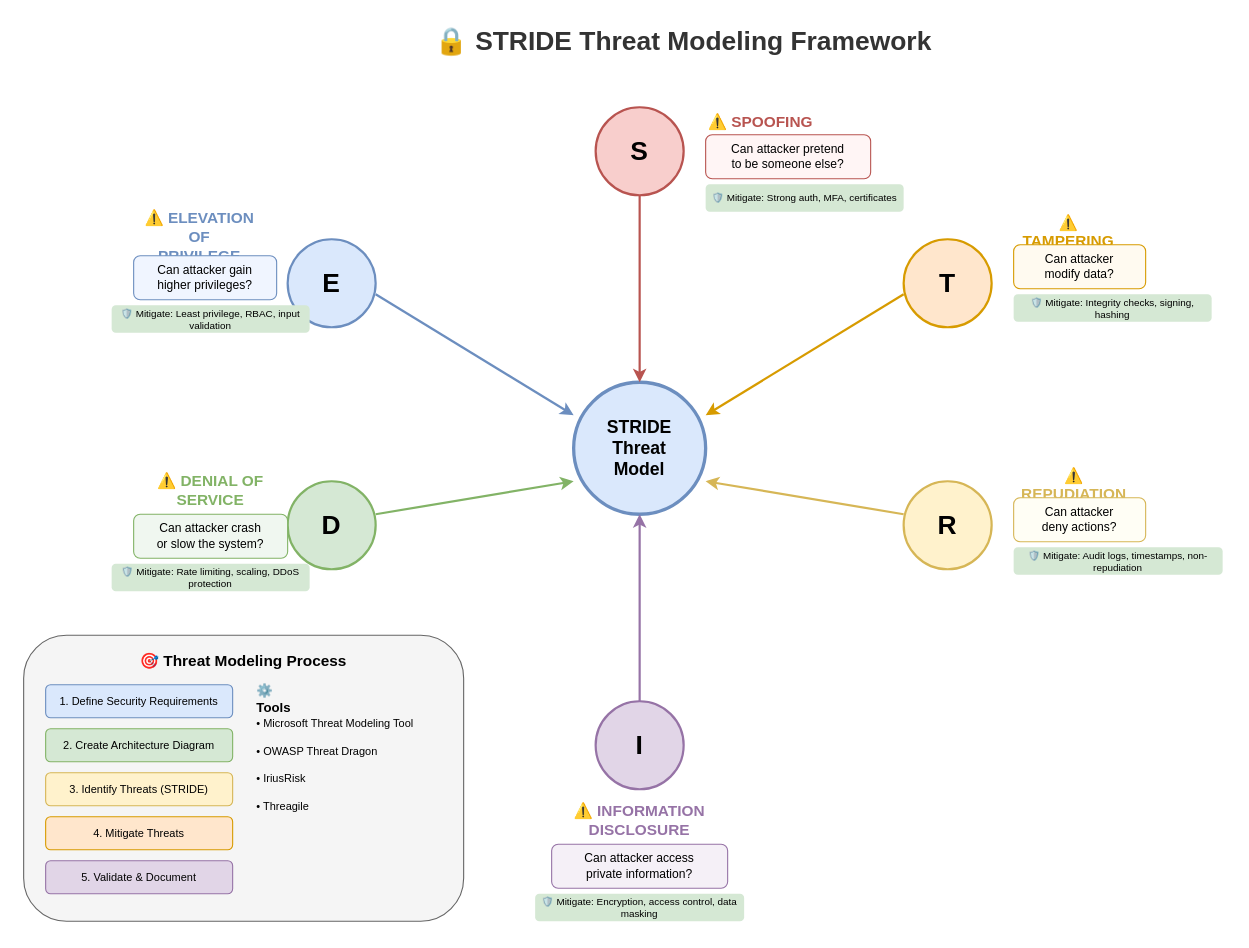
Before: lesson-06-security/01-application-security/1.2-stride-threat-model.drawio in MrParkerZ7/document-lesson-software-architect-x-claude, a draw.io diagram. Source tidied: cells renumbered, new cells numbered last; positions are measured from the earlier drawing's top-left corner, leaving out a move shared by most shapes. Both pictures are drawn from the tidied source at 110%, with x=0, y=0 at pixel (23, 19).
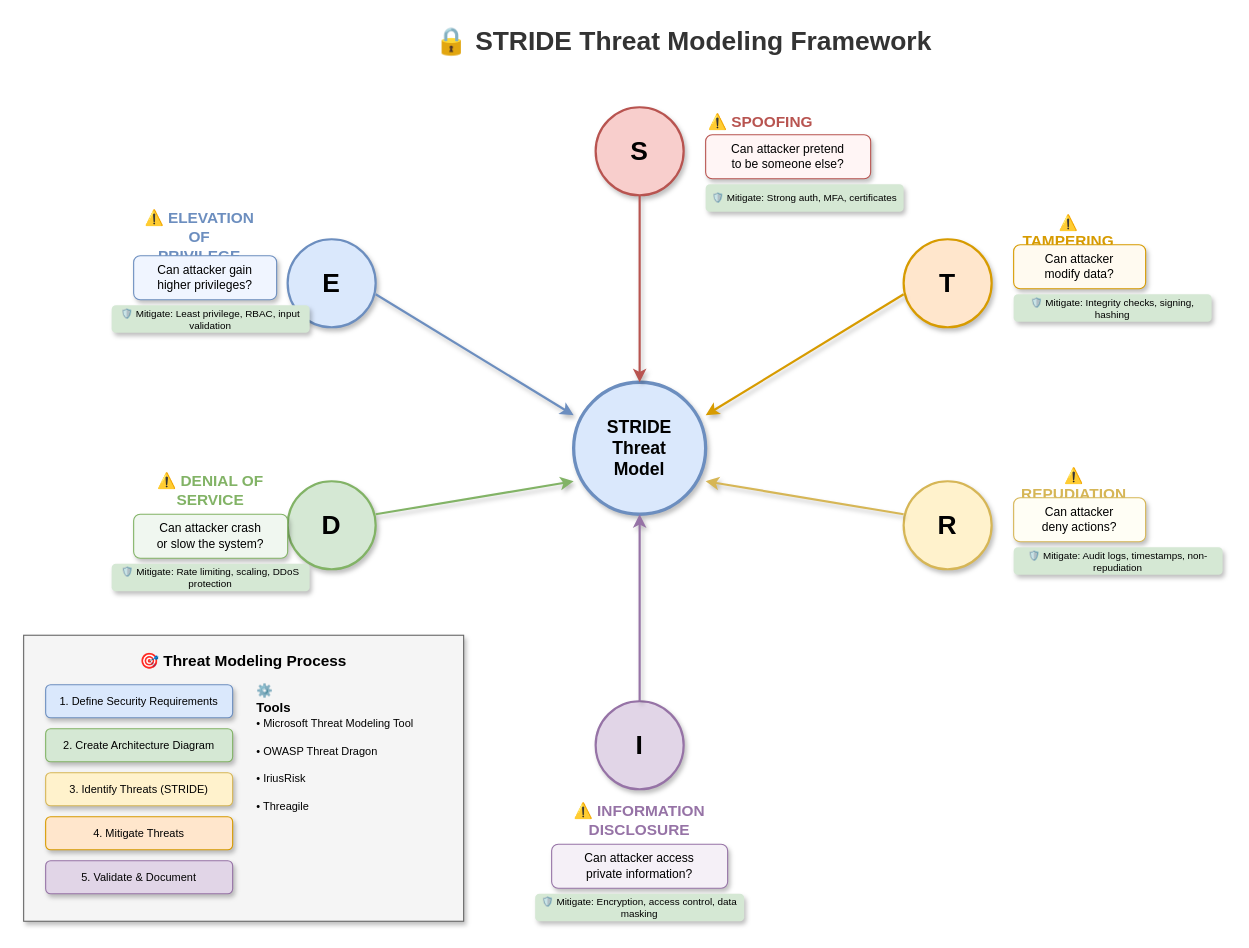
Above is the later version.

Change to the diagram source:
```diff
@@
-    <mxCell id="3" value="STRIDE&#10;Threat&#10;Model" style="ellipse;whiteSpace=wrap;html=1;fillColor=#dae8fc;strokeColor=#6c8ebf;strokeWidth=3;fontSize=16;fontStyle=1;" parent="1" vertex="1">
+    <mxCell id="3" value="STRIDE&#10;Threat&#10;Model" style="ellipse;whiteSpace=wrap;html=1;fillColor=#dae8fc;strokeColor=#6c8ebf;strokeWidth=3;fontSize=16;fontStyle=1;shadow=1;" parent="1" vertex="1">
       <mxGeometry x="500" y="330" width="120" height="120" as="geometry" />
     </mxCell>
-    <mxCell id="4" value="S" style="ellipse;whiteSpace=wrap;html=1;fillColor=#f8cecc;strokeColor=#b85450;strokeWidth=2;fontSize=24;fontStyle=1;" parent="1" vertex="1">
+    <mxCell id="4" value="S" style="ellipse;whiteSpace=wrap;html=1;fillColor=#f8cecc;strokeColor=#b85450;strokeWidth=2;fontSize=24;fontStyle=1;shadow=1;" parent="1" vertex="1">
       <mxGeometry x="520" y="80" width="80" height="80" as="geometry" />
     </mxCell>
@@
-    <mxCell id="6" value="Can attacker pretend&#10;to be someone else?" style="text;html=1;strokeColor=#b85450;fillColor=#fff5f5;align=center;verticalAlign=middle;whiteSpace=wrap;rounded=1;fontSize=11;" parent="1" vertex="1">
+    <mxCell id="6" value="Can attacker pretend&#10;to be someone else?" style="text;html=1;strokeColor=#b85450;fillColor=#fff5f5;align=center;verticalAlign=middle;whiteSpace=wrap;rounded=1;fontSize=11;shadow=1;" parent="1" vertex="1">
       <mxGeometry x="620" y="105" width="150" height="40" as="geometry" />
     </mxCell>
-    <mxCell id="7" value="🛡️ Mitigate: Strong auth, MFA, certificates" style="text;html=1;strokeColor=none;fillColor=#d5e8d4;align=center;verticalAlign=middle;whiteSpace=wrap;rounded=1;fontSize=9;" parent="1" vertex="1">
+    <mxCell id="7" value="🛡️ Mitigate: Strong auth, MFA, certificates" style="text;html=1;strokeColor=none;fillColor=#d5e8d4;align=center;verticalAlign=middle;whiteSpace=wrap;rounded=1;fontSize=9;shadow=1;" parent="1" vertex="1">
       <mxGeometry x="620" y="150" width="180" height="25" as="geometry" />
     </mxCell>
-    <mxCell id="8" style="endArrow=classic;html=1;strokeWidth=2;strokeColor=#b85450;" parent="1" edge="1">
+    <mxCell id="8" style="endArrow=classic;html=1;strokeWidth=2;strokeColor=#b85450;curved=1;shadow=1;flowAnimation=1;jumpStyle=arc;" parent="1" edge="1">
       <mxGeometry relative="1" as="geometry">
         <mxPoint x="560" y="160" as="sourcePoint" />
         <mxPoint x="560" y="330" as="targetPoint" />
       </mxGeometry>
     </mxCell>
-    <mxCell id="9" value="T" style="ellipse;whiteSpace=wrap;html=1;fillColor=#ffe6cc;strokeColor=#d79b00;strokeWidth=2;fontSize=24;fontStyle=1;" parent="1" vertex="1">
+    <mxCell id="9" value="T" style="ellipse;whiteSpace=wrap;html=1;fillColor=#ffe6cc;strokeColor=#d79b00;strokeWidth=2;fontSize=24;fontStyle=1;shadow=1;" parent="1" vertex="1">
       <mxGeometry x="800" y="200" width="80" height="80" as="geometry" />
     </mxCell>
@@
-    <mxCell id="11" value="Can attacker&#10;modify data?" style="text;html=1;strokeColor=#d79b00;fillColor=#fffaf0;align=center;verticalAlign=middle;whiteSpace=wrap;rounded=1;fontSize=11;" parent="1" vertex="1">
+    <mxCell id="11" value="Can attacker&#10;modify data?" style="text;html=1;strokeColor=#d79b00;fillColor=#fffaf0;align=center;verticalAlign=middle;whiteSpace=wrap;rounded=1;fontSize=11;shadow=1;" parent="1" vertex="1">
       <mxGeometry x="900" y="205" width="120" height="40" as="geometry" />
     </mxCell>
-    <mxCell id="12" value="🛡️ Mitigate: Integrity checks, signing, hashing" style="text;html=1;strokeColor=none;fillColor=#d5e8d4;align=center;verticalAlign=middle;whiteSpace=wrap;rounded=1;fontSize=9;" parent="1" vertex="1">
+    <mxCell id="12" value="🛡️ Mitigate: Integrity checks, signing, hashing" style="text;html=1;strokeColor=none;fillColor=#d5e8d4;align=center;verticalAlign=middle;whiteSpace=wrap;rounded=1;fontSize=9;shadow=1;" parent="1" vertex="1">
       <mxGeometry x="900" y="250" width="180" height="25" as="geometry" />
     </mxCell>
-    <mxCell id="13" style="endArrow=classic;html=1;strokeWidth=2;strokeColor=#d79b00;" parent="1" edge="1">
+    <mxCell id="13" style="endArrow=classic;html=1;strokeWidth=2;strokeColor=#d79b00;curved=1;shadow=1;flowAnimation=1;jumpStyle=arc;" parent="1" edge="1">
       <mxGeometry relative="1" as="geometry">
         <mxPoint x="800" y="250" as="sourcePoint" />
         <mxPoint x="620" y="360" as="targetPoint" />
       </mxGeometry>
     </mxCell>
-    <mxCell id="14" value="R" style="ellipse;whiteSpace=wrap;html=1;fillColor=#fff2cc;strokeColor=#d6b656;strokeWidth=2;fontSize=24;fontStyle=1;" parent="1" vertex="1">
+    <mxCell id="14" value="R" style="ellipse;whiteSpace=wrap;html=1;fillColor=#fff2cc;strokeColor=#d6b656;strokeWidth=2;fontSize=24;fontStyle=1;shadow=1;" parent="1" vertex="1">
       <mxGeometry x="800" y="420" width="80" height="80" as="geometry" />
     </mxCell>
@@
-    <mxCell id="16" value="Can attacker&#10;deny actions?" style="text;html=1;strokeColor=#d6b656;fillColor=#fffef5;align=center;verticalAlign=middle;whiteSpace=wrap;rounded=1;fontSize=11;" parent="1" vertex="1">
+    <mxCell id="16" value="Can attacker&#10;deny actions?" style="text;html=1;strokeColor=#d6b656;fillColor=#fffef5;align=center;verticalAlign=middle;whiteSpace=wrap;rounded=1;fontSize=11;shadow=1;" parent="1" vertex="1">
       <mxGeometry x="900" y="435" width="120" height="40" as="geometry" />
     </mxCell>
-    <mxCell id="17" value="🛡️ Mitigate: Audit logs, timestamps, non-repudiation" style="text;html=1;strokeColor=none;fillColor=#d5e8d4;align=center;verticalAlign=middle;whiteSpace=wrap;rounded=1;fontSize=9;" parent="1" vertex="1">
+    <mxCell id="17" value="🛡️ Mitigate: Audit logs, timestamps, non-repudiation" style="text;html=1;strokeColor=none;fillColor=#d5e8d4;align=center;verticalAlign=middle;whiteSpace=wrap;rounded=1;fontSize=9;shadow=1;" parent="1" vertex="1">
       <mxGeometry x="900" y="480" width="190" height="25" as="geometry" />
     </mxCell>
-    <mxCell id="18" style="endArrow=classic;html=1;strokeWidth=2;strokeColor=#d6b656;" parent="1" edge="1">
+    <mxCell id="18" style="endArrow=classic;html=1;strokeWidth=2;strokeColor=#d6b656;curved=1;shadow=1;flowAnimation=1;jumpStyle=arc;" parent="1" edge="1">
       <mxGeometry relative="1" as="geometry">
         <mxPoint x="800" y="450" as="sourcePoint" />
         <mxPoint x="620" y="420" as="targetPoint" />
       </mxGeometry>
     </mxCell>
-    <mxCell id="19" value="I" style="ellipse;whiteSpace=wrap;html=1;fillColor=#e1d5e7;strokeColor=#9673a6;strokeWidth=2;fontSize=24;fontStyle=1;" parent="1" vertex="1">
+    <mxCell id="19" value="I" style="ellipse;whiteSpace=wrap;html=1;fillColor=#e1d5e7;strokeColor=#9673a6;strokeWidth=2;fontSize=24;fontStyle=1;shadow=1;" parent="1" vertex="1">
       <mxGeometry x="520" y="620" width="80" height="80" as="geometry" />
     </mxCell>
@@
-    <mxCell id="21" value="Can attacker access&#10;private information?" style="text;html=1;strokeColor=#9673a6;fillColor=#f5f0f7;align=center;verticalAlign=middle;whiteSpace=wrap;rounded=1;fontSize=11;" parent="1" vertex="1">
+    <mxCell id="21" value="Can attacker access&#10;private information?" style="text;html=1;strokeColor=#9673a6;fillColor=#f5f0f7;align=center;verticalAlign=middle;whiteSpace=wrap;rounded=1;fontSize=11;shadow=1;" parent="1" vertex="1">
       <mxGeometry x="480" y="750" width="160" height="40" as="geometry" />
     </mxCell>
-    <mxCell id="22" value="🛡️ Mitigate: Encryption, access control, data masking" style="text;html=1;strokeColor=none;fillColor=#d5e8d4;align=center;verticalAlign=middle;whiteSpace=wrap;rounded=1;fontSize=9;" parent="1" vertex="1">
+    <mxCell id="22" value="🛡️ Mitigate: Encryption, access control, data masking" style="text;html=1;strokeColor=none;fillColor=#d5e8d4;align=center;verticalAlign=middle;whiteSpace=wrap;rounded=1;fontSize=9;shadow=1;" parent="1" vertex="1">
       <mxGeometry x="465" y="795" width="190" height="25" as="geometry" />
     </mxCell>
-    <mxCell id="23" style="endArrow=classic;html=1;strokeWidth=2;strokeColor=#9673a6;" parent="1" edge="1">
+    <mxCell id="23" style="endArrow=classic;html=1;strokeWidth=2;strokeColor=#9673a6;curved=1;shadow=1;flowAnimation=1;jumpStyle=arc;" parent="1" edge="1">
       <mxGeometry relative="1" as="geometry">
         <mxPoint x="560" y="620" as="sourcePoint" />
         <mxPoint x="560" y="450" as="targetPoint" />
       </mxGeometry>
     </mxCell>
-    <mxCell id="24" value="D" style="ellipse;whiteSpace=wrap;html=1;fillColor=#d5e8d4;strokeColor=#82b366;strokeWidth=2;fontSize=24;fontStyle=1;" parent="1" vertex="1">
+    <mxCell id="24" value="D" style="ellipse;whiteSpace=wrap;html=1;fillColor=#d5e8d4;strokeColor=#82b366;strokeWidth=2;fontSize=24;fontStyle=1;shadow=1;" parent="1" vertex="1">
       <mxGeometry x="240" y="420" width="80" height="80" as="geometry" />
     </mxCell>
@@
-    <mxCell id="26" value="Can attacker crash&#10;or slow the system?" style="text;html=1;strokeColor=#82b366;fillColor=#f0f7f0;align=center;verticalAlign=middle;whiteSpace=wrap;rounded=1;fontSize=11;" parent="1" vertex="1">
+    <mxCell id="26" value="Can attacker crash&#10;or slow the system?" style="text;html=1;strokeColor=#82b366;fillColor=#f0f7f0;align=center;verticalAlign=middle;whiteSpace=wrap;rounded=1;fontSize=11;shadow=1;" parent="1" vertex="1">
       <mxGeometry x="100" y="450" width="140" height="40" as="geometry" />
     </mxCell>
-    <mxCell id="27" value="🛡️ Mitigate: Rate limiting, scaling, DDoS protection" style="text;html=1;strokeColor=none;fillColor=#d5e8d4;align=center;verticalAlign=middle;whiteSpace=wrap;rounded=1;fontSize=9;" parent="1" vertex="1">
+    <mxCell id="27" value="🛡️ Mitigate: Rate limiting, scaling, DDoS protection" style="text;html=1;strokeColor=none;fillColor=#d5e8d4;align=center;verticalAlign=middle;whiteSpace=wrap;rounded=1;fontSize=9;shadow=1;" parent="1" vertex="1">
       <mxGeometry x="80" y="495" width="180" height="25" as="geometry" />
     </mxCell>
-    <mxCell id="28" style="endArrow=classic;html=1;strokeWidth=2;strokeColor=#82b366;" parent="1" edge="1">
+    <mxCell id="28" style="endArrow=classic;html=1;strokeWidth=2;strokeColor=#82b366;curved=1;shadow=1;flowAnimation=1;jumpStyle=arc;" parent="1" edge="1">
       <mxGeometry relative="1" as="geometry">
         <mxPoint x="320" y="450" as="sourcePoint" />
         <mxPoint x="500" y="420" as="targetPoint" />
       </mxGeometry>
     </mxCell>
-    <mxCell id="29" value="E" style="ellipse;whiteSpace=wrap;html=1;fillColor=#dae8fc;strokeColor=#6c8ebf;strokeWidth=2;fontSize=24;fontStyle=1;" parent="1" vertex="1">
+    <mxCell id="29" value="E" style="ellipse;whiteSpace=wrap;html=1;fillColor=#dae8fc;strokeColor=#6c8ebf;strokeWidth=2;fontSize=24;fontStyle=1;shadow=1;" parent="1" vertex="1">
       <mxGeometry x="240" y="200" width="80" height="80" as="geometry" />
     </mxCell>
@@
-    <mxCell id="31" value="Can attacker gain&#10;higher privileges?" style="text;html=1;strokeColor=#6c8ebf;fillColor=#f0f5ff;align=center;verticalAlign=middle;whiteSpace=wrap;rounded=1;fontSize=11;" parent="1" vertex="1">
+    <mxCell id="31" value="Can attacker gain&#10;higher privileges?" style="text;html=1;strokeColor=#6c8ebf;fillColor=#f0f5ff;align=center;verticalAlign=middle;whiteSpace=wrap;rounded=1;fontSize=11;shadow=1;" parent="1" vertex="1">
       <mxGeometry x="100" y="215" width="130" height="40" as="geometry" />
     </mxCell>
-    <mxCell id="32" value="🛡️ Mitigate: Least privilege, RBAC, input validation" style="text;html=1;strokeColor=none;fillColor=#d5e8d4;align=center;verticalAlign=middle;whiteSpace=wrap;rounded=1;fontSize=9;" parent="1" vertex="1">
+    <mxCell id="32" value="🛡️ Mitigate: Least privilege, RBAC, input validation" style="text;html=1;strokeColor=none;fillColor=#d5e8d4;align=center;verticalAlign=middle;whiteSpace=wrap;rounded=1;fontSize=9;shadow=1;" parent="1" vertex="1">
       <mxGeometry x="80" y="260" width="180" height="25" as="geometry" />
     </mxCell>
-    <mxCell id="33" style="endArrow=classic;html=1;strokeWidth=2;strokeColor=#6c8ebf;" parent="1" edge="1">
+    <mxCell id="33" style="endArrow=classic;html=1;strokeWidth=2;strokeColor=#6c8ebf;curved=1;shadow=1;flowAnimation=1;jumpStyle=arc;" parent="1" edge="1">
       <mxGeometry relative="1" as="geometry">
         <mxPoint x="320" y="250" as="sourcePoint" />
         <mxPoint x="500" y="360" as="targetPoint" />
       </mxGeometry>
     </mxCell>
-    <mxCell id="34" style="rounded=1;whiteSpace=wrap;html=1;fillColor=#f5f5f5;strokeColor=#666666;strokeWidth=1;strokeDashArray=3;" parent="1" vertex="1">
+    <mxCell id="34" style="rounded=0;whiteSpace=wrap;html=1;fillColor=#f5f5f5;strokeColor=#666666;strokeWidth=1;strokeDashArray=3;shadow=1;" parent="1" vertex="1">
       <mxGeometry y="560" width="400" height="260" as="geometry" />
     </mxCell>
@@
-    <mxCell id="36" value="1. Define Security Requirements" style="rounded=1;whiteSpace=wrap;html=1;fillColor=#dae8fc;strokeColor=#6c8ebf;fontSize=10;" parent="1" vertex="1">
+    <mxCell id="36" value="1. Define Security Requirements" style="rounded=1;whiteSpace=wrap;html=1;fillColor=#dae8fc;strokeColor=#6c8ebf;fontSize=10;shadow=1;" parent="1" vertex="1">
       <mxGeometry x="20" y="605" width="170" height="30" as="geometry" />
     </mxCell>
-    <mxCell id="37" value="2. Create Architecture Diagram" style="rounded=1;whiteSpace=wrap;html=1;fillColor=#d5e8d4;strokeColor=#82b366;fontSize=10;" parent="1" vertex="1">
+    <mxCell id="37" value="2. Create Architecture Diagram" style="rounded=1;whiteSpace=wrap;html=1;fillColor=#d5e8d4;strokeColor=#82b366;fontSize=10;shadow=1;" parent="1" vertex="1">
       <mxGeometry x="20" y="645" width="170" height="30" as="geometry" />
     </mxCell>
-    <mxCell id="38" value="3. Identify Threats (STRIDE)" style="rounded=1;whiteSpace=wrap;html=1;fillColor=#fff2cc;strokeColor=#d6b656;fontSize=10;" parent="1" vertex="1">
+    <mxCell id="38" value="3. Identify Threats (STRIDE)" style="rounded=1;whiteSpace=wrap;html=1;fillColor=#fff2cc;strokeColor=#d6b656;fontSize=10;shadow=1;" parent="1" vertex="1">
       <mxGeometry x="20" y="685" width="170" height="30" as="geometry" />
     </mxCell>
-    <mxCell id="39" value="4. Mitigate Threats" style="rounded=1;whiteSpace=wrap;html=1;fillColor=#ffe6cc;strokeColor=#d79b00;fontSize=10;" parent="1" vertex="1">
+    <mxCell id="39" value="4. Mitigate Threats" style="rounded=1;whiteSpace=wrap;html=1;fillColor=#ffe6cc;strokeColor=#d79b00;fontSize=10;shadow=1;" parent="1" vertex="1">
       <mxGeometry x="20" y="725" width="170" height="30" as="geometry" />
     </mxCell>
-    <mxCell id="40" value="5. Validate &amp; Document" style="rounded=1;whiteSpace=wrap;html=1;fillColor=#e1d5e7;strokeColor=#9673a6;fontSize=10;" parent="1" vertex="1">
+    <mxCell id="40" value="5. Validate &amp; Document" style="rounded=1;whiteSpace=wrap;html=1;fillColor=#e1d5e7;strokeColor=#9673a6;fontSize=10;shadow=1;" parent="1" vertex="1">
       <mxGeometry x="20" y="765" width="170" height="30" as="geometry" />
     </mxCell>
```
